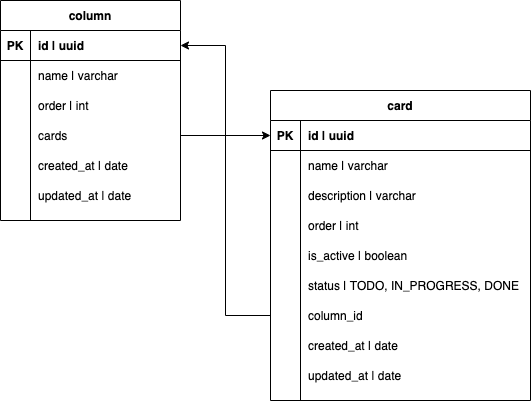
This is db-design.png from kzkaneoka/kanban-backend, a draw.io export, as it was before one commit. Source tidied: cells renumbered, new cells last; positions are measured from the earlier drawing's top-left corner, leaving out a move shared by most shapes.
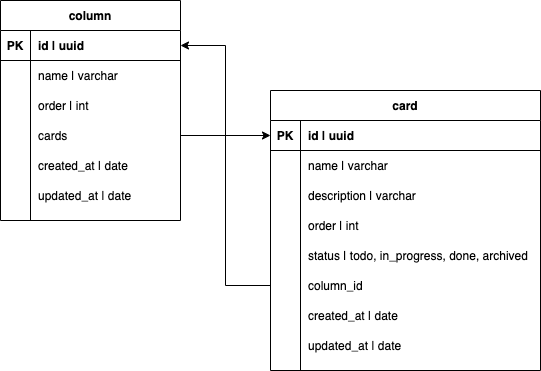
The same diagram one commit later.

Diff of the diagram source:
```diff
@@ -60,88 +60,79 @@
       <mxGeometry x="30" width="150" height="30" as="geometry" />
     </mxCell>
     <mxCell id="21" value="card" style="shape=table;startSize=30;rowLines=0;fontStyle=1;align=center;" parent="1" vertex="1">
-      <mxGeometry x="270" y="90" width="260" height="310" as="geometry" />
+      <mxGeometry x="270" y="90" width="270" height="280" as="geometry" />
     </mxCell>
     <mxCell id="22" style="shape=partialRectangle;fillColor=none;top=0;left=0;bottom=1;right=0;points=[[0,0.5],[1,0.5]];portConstraint=eastwest;" parent="21" vertex="1">
-      <mxGeometry y="30" width="260" height="30" as="geometry" />
+      <mxGeometry y="30" width="270" height="30" as="geometry" />
     </mxCell>
     <mxCell id="23" value="PK" style="shape=partialRectangle;fillColor=none;top=0;left=0;bottom=0;right=0;fontStyle=1;overflow=hidden;" parent="22" vertex="1">
       <mxGeometry width="30" height="30" as="geometry" />
     </mxCell>
     <mxCell id="24" value="id | uuid" style="shape=partialRectangle;fillColor=none;top=0;left=0;bottom=0;right=0;align=left;spacingLeft=6;fontStyle=1;overflow=hidden;" parent="22" vertex="1">
-      <mxGeometry x="30" width="230" height="30" as="geometry" />
+      <mxGeometry x="30" width="240" height="30" as="geometry" />
     </mxCell>
     <mxCell id="25" style="shape=partialRectangle;fillColor=none;top=0;left=0;bottom=0;right=0;" parent="21" vertex="1">
-      <mxGeometry y="60" width="260" height="30" as="geometry" />
+      <mxGeometry y="60" width="270" height="30" as="geometry" />
     </mxCell>
     <mxCell id="26" style="shape=partialRectangle;fillColor=none;top=0;left=0;bottom=0;right=0;overflow=hidden;" parent="25" vertex="1">
       <mxGeometry width="30" height="30" as="geometry" />
     </mxCell>
     <mxCell id="27" value="name | varchar" style="shape=partialRectangle;fillColor=none;top=0;left=0;bottom=0;right=0;align=left;spacingLeft=6;overflow=hidden;" parent="25" vertex="1">
-      <mxGeometry x="30" width="230" height="30" as="geometry" />
+      <mxGeometry x="30" width="240" height="30" as="geometry" />
     </mxCell>
     <mxCell id="28" style="shape=partialRectangle;fillColor=none;top=0;left=0;bottom=0;right=0;" parent="21" vertex="1">
-      <mxGeometry y="90" width="260" height="30" as="geometry" />
+      <mxGeometry y="90" width="270" height="30" as="geometry" />
     </mxCell>
     <mxCell id="29" style="shape=partialRectangle;fillColor=none;top=0;left=0;bottom=0;right=0;overflow=hidden;" parent="28" vertex="1">
       <mxGeometry width="30" height="30" as="geometry" />
     </mxCell>
     <mxCell id="30" value="description | varchar" style="shape=partialRectangle;fillColor=none;top=0;left=0;bottom=0;right=0;align=left;spacingLeft=6;overflow=hidden;" parent="28" vertex="1">
-      <mxGeometry x="30" width="230" height="30" as="geometry" />
+      <mxGeometry x="30" width="240" height="30" as="geometry" />
     </mxCell>
     <mxCell id="31" style="shape=partialRectangle;fillColor=none;top=0;left=0;bottom=0;right=0;" parent="21" vertex="1">
-      <mxGeometry y="120" width="260" height="30" as="geometry" />
+      <mxGeometry y="120" width="270" height="30" as="geometry" />
     </mxCell>
     <mxCell id="32" style="shape=partialRectangle;fillColor=none;top=0;left=0;bottom=0;right=0;overflow=hidden;" parent="31" vertex="1">
       <mxGeometry width="30" height="30" as="geometry" />
     </mxCell>
     <mxCell id="33" value="order | int" style="shape=partialRectangle;fillColor=none;top=0;left=0;bottom=0;right=0;align=left;spacingLeft=6;overflow=hidden;" parent="31" vertex="1">
-      <mxGeometry x="30" width="230" height="30" as="geometry" />
+      <mxGeometry x="30" width="240" height="30" as="geometry" />
     </mxCell>
     <mxCell id="34" style="shape=partialRectangle;fillColor=none;top=0;left=0;bottom=0;right=0;" parent="21" vertex="1">
-      <mxGeometry y="150" width="260" height="30" as="geometry" />
+      <mxGeometry y="150" width="270" height="30" as="geometry" />
     </mxCell>
     <mxCell id="35" style="shape=partialRectangle;fillColor=none;top=0;left=0;bottom=0;right=0;overflow=hidden;" parent="34" vertex="1">
       <mxGeometry width="30" height="30" as="geometry" />
     </mxCell>
-    <mxCell id="36" value="is_active | boolean" style="shape=partialRectangle;fillColor=none;top=0;left=0;bottom=0;right=0;align=left;spacingLeft=6;overflow=hidden;" parent="34" vertex="1">
-      <mxGeometry x="30" width="230" height="30" as="geometry" />
+    <mxCell id="36" value="status | todo, in_progress, done, archived" style="shape=partialRectangle;fillColor=none;top=0;left=0;bottom=0;right=0;align=left;spacingLeft=6;overflow=hidden;" parent="34" vertex="1">
+      <mxGeometry x="30" width="240" height="30" as="geometry" />
     </mxCell>
-    <mxCell id="37" style="shape=partialRectangle;fillColor=none;top=0;left=0;bottom=0;right=0;" parent="21" vertex="1">
-      <mxGeometry y="180" width="260" height="30" as="geometry" />
-    </mxCell>
-    <mxCell id="38" style="shape=partialRectangle;fillColor=none;top=0;left=0;bottom=0;right=0;overflow=hidden;" parent="37" vertex="1">
-      <mxGeometry width="30" height="30" as="geometry" />
-    </mxCell>
-    <mxCell id="39" value="status | TODO, IN_PROGRESS, DONE" style="shape=partialRectangle;fillColor=none;top=0;left=0;bottom=0;right=0;align=left;spacingLeft=6;overflow=hidden;" parent="37" vertex="1">
-      <mxGeometry x="30" width="230" height="30" as="geometry" />
-    </mxCell>
     <mxCell id="40" style="shape=partialRectangle;fillColor=none;top=0;left=0;bottom=0;right=0;points=[[0,0.5],[1,0.5]];portConstraint=eastwest;" parent="21" vertex="1">
-      <mxGeometry y="210" width="260" height="30" as="geometry" />
+      <mxGeometry y="180" width="270" height="30" as="geometry" />
     </mxCell>
     <mxCell id="41" style="shape=partialRectangle;fillColor=none;top=0;left=0;bottom=0;right=0;overflow=hidden;" parent="40" vertex="1">
       <mxGeometry width="30" height="30" as="geometry" />
     </mxCell>
     <mxCell id="42" value="column_id" style="shape=partialRectangle;fillColor=none;top=0;left=0;bottom=0;right=0;align=left;spacingLeft=6;overflow=hidden;" parent="40" vertex="1">
-      <mxGeometry x="30" width="230" height="30" as="geometry" />
+      <mxGeometry x="30" width="240" height="30" as="geometry" />
     </mxCell>
     <mxCell id="43" style="shape=partialRectangle;fillColor=none;top=0;left=0;bottom=0;right=0;" parent="21" vertex="1">
-      <mxGeometry y="240" width="260" height="30" as="geometry" />
+      <mxGeometry y="210" width="270" height="30" as="geometry" />
     </mxCell>
     <mxCell id="44" style="shape=partialRectangle;fillColor=none;top=0;left=0;bottom=0;right=0;overflow=hidden;" parent="43" vertex="1">
       <mxGeometry width="30" height="30" as="geometry" />
     </mxCell>
     <mxCell id="45" value="created_at | date" style="shape=partialRectangle;fillColor=none;top=0;left=0;bottom=0;right=0;align=left;spacingLeft=6;overflow=hidden;" parent="43" vertex="1">
-      <mxGeometry x="30" width="230" height="30" as="geometry" />
+      <mxGeometry x="30" width="240" height="30" as="geometry" />
     </mxCell>
     <mxCell id="46" style="shape=partialRectangle;fillColor=none;top=0;left=0;bottom=0;right=0;" parent="21" vertex="1">
-      <mxGeometry y="270" width="260" height="30" as="geometry" />
+      <mxGeometry y="240" width="270" height="30" as="geometry" />
     </mxCell>
     <mxCell id="47" style="shape=partialRectangle;fillColor=none;top=0;left=0;bottom=0;right=0;overflow=hidden;" parent="46" vertex="1">
       <mxGeometry width="30" height="30" as="geometry" />
     </mxCell>
     <mxCell id="48" value="updated_at | date" style="shape=partialRectangle;fillColor=none;top=0;left=0;bottom=0;right=0;align=left;spacingLeft=6;overflow=hidden;" parent="46" vertex="1">
-      <mxGeometry x="30" width="230" height="30" as="geometry" />
+      <mxGeometry x="30" width="240" height="30" as="geometry" />
     </mxCell>
     <mxCell id="49" style="edgeStyle=orthogonalEdgeStyle;rounded=0;jettySize=auto;html=1;entryX=1;entryY=0.5;entryDx=0;entryDy=0;" parent="1" edge="1" source="40" target="3">
       <mxGeometry relative="1" as="geometry" />
```
